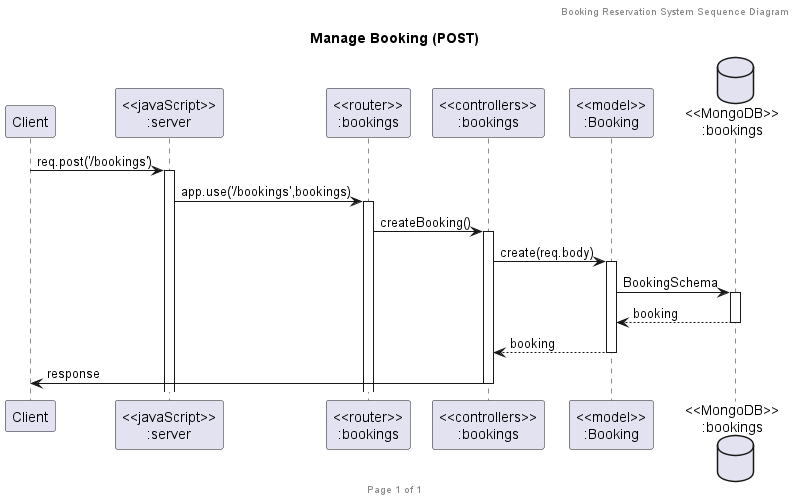
2110503TACEDT66/presentation-day-1-chue-rai-dee keeps this PlantUML diagram as out/UML/SequenceDiagram/Booking/post/Manage Booking (POST).png. Above is the earlier version. Source of this version:
```plantuml
@startuml Manage Booking (POST)

header Booking Reservation System Sequence Diagram
footer Page %page% of %lastpage%
title "Manage Booking (POST)"

participant "Client" as client
participant "<<javaScript>>\n:server" as server
participant "<<router>>\n:bookings" as routerBookings
participant "<<controllers>>\n:bookings" as controllersBookings
participant "<<model>>\n:Booking" as modelBooking
database "<<MongoDB>>\n:bookings" as BookingsDatabase

client->server ++:req.post('/bookings')
server->routerBookings ++:app.use('/bookings',bookings)
routerBookings -> controllersBookings ++:createBooking()
controllersBookings->modelBooking ++:create(req.body)
modelBooking ->BookingsDatabase ++: BookingSchema
BookingsDatabase --> modelBooking --: booking
controllersBookings <-- modelBooking --:booking
controllersBookings->client --:response

@enduml
```
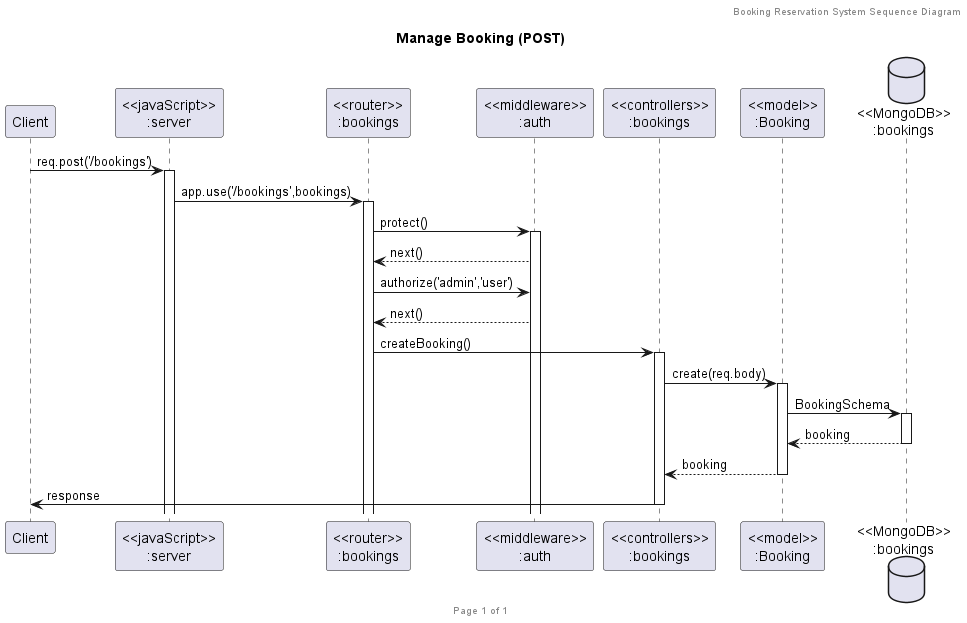
After the change.

Diff of the diagram source:
```diff
@@ -7,12 +7,17 @@
 participant "Client" as client
 participant "<<javaScript>>\n:server" as server
 participant "<<router>>\n:bookings" as routerBookings
+participant "<<middleware>>\n:auth" as middlewareAuth
 participant "<<controllers>>\n:bookings" as controllersBookings
 participant "<<model>>\n:Booking" as modelBooking
 database "<<MongoDB>>\n:bookings" as BookingsDatabase
 
 client->server ++:req.post('/bookings')
 server->routerBookings ++:app.use('/bookings',bookings)
+routerBookings->middlewareAuth ++:protect()
+middlewareAuth-->routerBookings :next()
+routerBookings->middlewareAuth :authorize('admin','user')
+middlewareAuth-->routerBookings :next()
 routerBookings -> controllersBookings ++:createBooking()
 controllersBookings->modelBooking ++:create(req.body)
 modelBooking ->BookingsDatabase ++: BookingSchema
```
